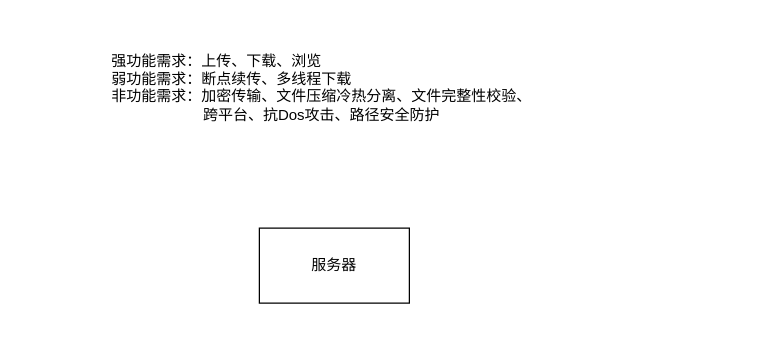
Above: FileTransferTool.drawio in Elio265/Picgo (draw.io), before the change. Source tidied: cells renumbered, new cells numbered last; positions are measured from the earlier drawing's top-left corner, leaving out a move shared by most shapes. Both pictures are drawn from the tidied source at 125%, with x=0, y=0 at pixel (109, 40).
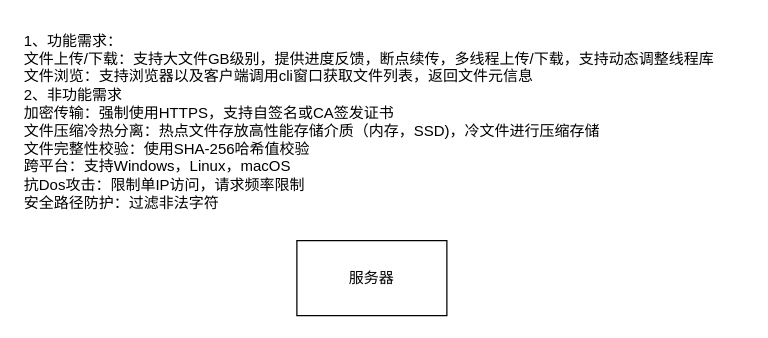
After the change.

What changed in the source:
```diff
@@
 <mxGraphModel>
   <root>
     <mxCell id="0" />
     <mxCell id="1" parent="0" />
     <mxCell id="2" value="服务器" style="rounded=0;whiteSpace=wrap;html=1;" parent="1" vertex="1">
-      <mxGeometry x="120" y="150" width="120" height="60" as="geometry" />
+      <mxGeometry x="150" y="160" width="120" height="60" as="geometry" />
     </mxCell>
-    <mxCell id="3" value="强功能需求：上传、下载、浏览&lt;div&gt;弱功能需求：断点续传、多线程下载&lt;br&gt;&lt;div&gt;非功能需求：加密传输、文件压缩冷热分离、文件完整性校验、&lt;/div&gt;&lt;div&gt;&lt;span style=&quot;white-space: pre;&quot;&gt;&#9;&lt;/span&gt;&lt;span style=&quot;white-space: pre;&quot;&gt;&#9;&lt;/span&gt;&amp;nbsp; &amp;nbsp; &amp;nbsp; 跨平台、抗Dos攻击、路径安全防护&lt;/div&gt;&lt;div&gt;&lt;br&gt;&lt;/div&gt;&lt;/div&gt;" style="text;html=1;align=left;verticalAlign=middle;strokeColor=none;fillColor=none;" parent="1" vertex="1">
-      <mxGeometry width="360" height="90" as="geometry" />
+    <mxCell id="3" value="&lt;div&gt;&lt;div&gt;1、功能需求：&lt;/div&gt;&lt;/div&gt;&lt;div&gt;文件上传/下载：支持大文件GB级别，提供进度反馈，断点续传，多线程上传/下载，支持动态调整线程库&lt;/div&gt;&lt;div&gt;文件浏览：支持浏览器以及客户端调用cli窗口获取文件列表，返回文件元信息&lt;/div&gt;&lt;div&gt;2、非功能需求&lt;/div&gt;&lt;div&gt;加密传输：强制使用HTTPS，支持自签名或CA签发证书&lt;/div&gt;&lt;div&gt;文件压缩冷热分离：热点文件存放高性能存储介质（内存，SSD)，冷文件进行压缩存储&lt;/div&gt;&lt;div&gt;文件完整性校验：使用SHA-256哈希值校验&lt;/div&gt;&lt;div&gt;跨平台：支持Windows，Linux，macOS&lt;/div&gt;&lt;div&gt;抗Dos攻击：限制单IP访问，请求频率限制&lt;/div&gt;&lt;div&gt;安全路径防护：过滤非法字符&lt;/div&gt;" style="text;html=1;align=left;verticalAlign=middle;strokeColor=none;fillColor=none;" parent="1" vertex="1">
+      <mxGeometry x="-70" y="-15" width="580" height="160" as="geometry" />
     </mxCell>
   </root>
 </mxGraphModel>
```
